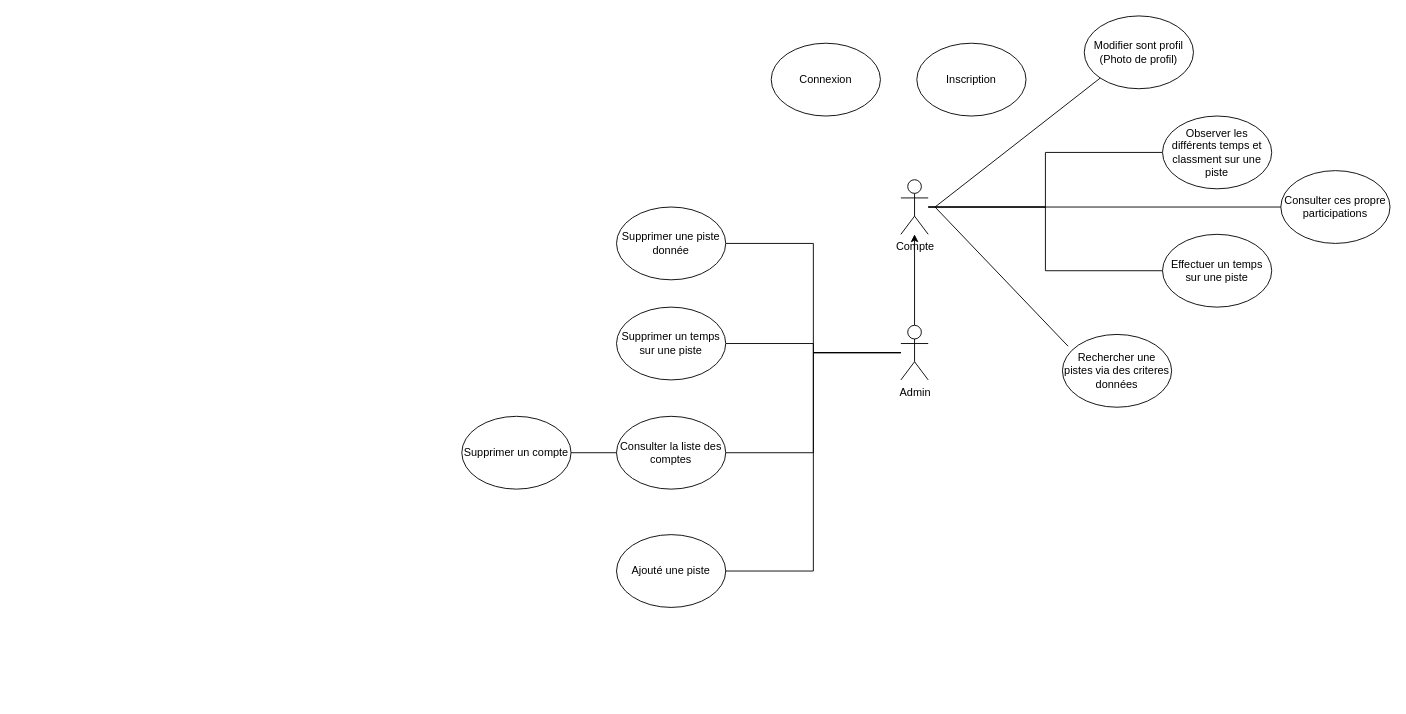
Before: US.drawio in RomainCabaret/SkiRaceManager, a draw.io diagram. Source tidied: cells renumbered, new cells numbered last; positions are measured from the earlier drawing's top-left corner, leaving out a move shared by most shapes. Both pictures are drawn from the tidied source at 91%, with x=0, y=0 at pixel (461, 15).
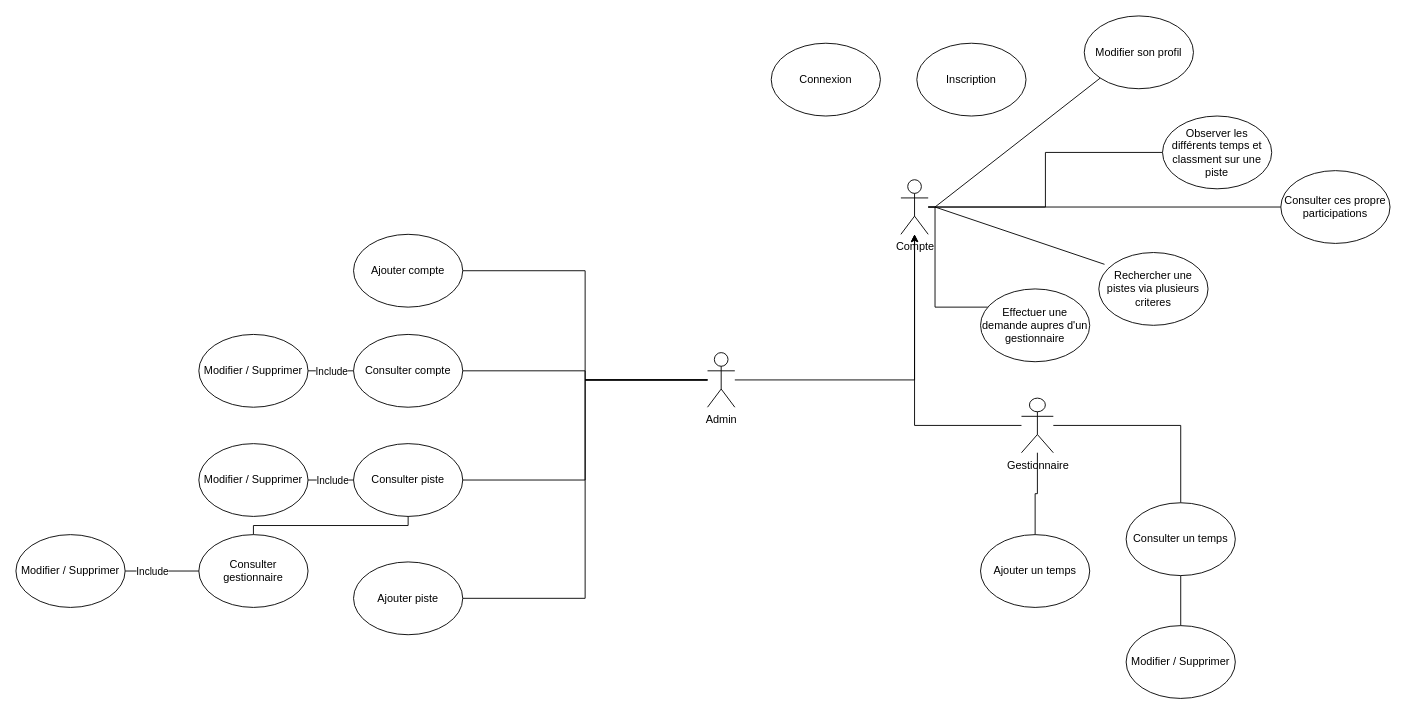
The same diagram, later.

The change refers to these unchanged cells:
```xml
<mxCell id="5" value="Compte" style="shape=umlActor;verticalLabelPosition=bottom;verticalAlign=top;html=1;outlineConnect=0;" parent="1" vertex="1">
  <mxGeometry x="482.5" y="180" width="30" height="60" as="geometry" />
</mxCell>
<mxCell id="25" style="edgeStyle=orthogonalEdgeStyle;rounded=0;jettySize=auto;html=1;endArrow=none;endFill=0;" parent="1" edge="1" source="26" target="24">
  <mxGeometry relative="1" as="geometry" />
</mxCell>
```

The edit, as a diff of the source:
```diff
@@
-    <mxCell id="2" style="edgeStyle=orthogonalEdgeStyle;rounded=0;jettySize=auto;html=1;entryX=0;entryY=0.5;entryDx=0;entryDy=0;endArrow=none;endFill=0;" parent="1" edge="1" source="5" target="14">
-      <mxGeometry relative="1" as="geometry" />
-    </mxCell>
@@
+    <mxCell id="27" style="edgeStyle=orthogonalEdgeStyle;rounded=0;jettySize=auto;html=1;endArrow=none;endFill=0;" parent="1" edge="1" source="5" target="45">
+      <mxGeometry relative="1" as="geometry">
+        <Array as="points">
+          <mxPoint x="520" y="210" />
+          <mxPoint x="520" y="320" />
+        </Array>
+      </mxGeometry>
+    </mxCell>
@@
     <mxCell id="13" value="Admin" style="shape=umlActor;verticalLabelPosition=bottom;verticalAlign=top;html=1;outlineConnect=0;" parent="1" vertex="1">
-      <mxGeometry x="482.5" y="340" width="30" height="60" as="geometry" />
+      <mxGeometry x="270" y="370" width="30" height="60" as="geometry" />
     </mxCell>
-    <mxCell id="14" value="Effectuer un temps sur une piste" style="ellipse;whiteSpace=wrap;html=1;" parent="1" vertex="1">
-      <mxGeometry x="770" y="240" width="120" height="80" as="geometry" />
-    </mxCell>
@@
-    <mxCell id="17" value="Rechercher une pistes via des criteres données" style="ellipse;whiteSpace=wrap;html=1;" parent="1" vertex="1">
-      <mxGeometry x="660" y="350" width="120" height="80" as="geometry" />
+    <mxCell id="17" value="Rechercher une pistes via plusieurs criteres" style="ellipse;whiteSpace=wrap;html=1;" parent="1" vertex="1">
+      <mxGeometry x="700" y="260" width="120" height="80" as="geometry" />
     </mxCell>
@@
-    <mxCell id="19" value="Supprimer une piste donnée" style="ellipse;whiteSpace=wrap;html=1;" parent="1" vertex="1">
-      <mxGeometry x="170" y="210" width="120" height="80" as="geometry" />
+    <mxCell id="19" value="Ajouter compte" style="ellipse;whiteSpace=wrap;html=1;" parent="1" vertex="1">
+      <mxGeometry x="-119" y="240" width="120" height="80" as="geometry" />
     </mxCell>
-    <mxCell id="20" value="Ajouté une piste" style="ellipse;whiteSpace=wrap;html=1;" parent="1" vertex="1">
-      <mxGeometry x="170" y="570" width="120" height="80" as="geometry" />
+    <mxCell id="20" value="Ajouter piste" style="ellipse;whiteSpace=wrap;html=1;" parent="1" vertex="1">
+      <mxGeometry x="-119" y="600" width="120" height="80" as="geometry" />
     </mxCell>
+    <mxCell id="28" style="edgeStyle=orthogonalEdgeStyle;rounded=0;jettySize=auto;html=1;entryX=1;entryY=0.5;entryDx=0;entryDy=0;endArrow=none;endFill=0;" parent="1" edge="1" source="21" target="34">
+      <mxGeometry relative="1" as="geometry" />
+    </mxCell>
+    <mxCell id="29" value="Include" style="edgeLabel;html=1;align=center;verticalAlign=middle;" parent="28" vertex="1">
+      <mxGeometry x="-0.24" y="1" relative="1" as="geometry">
+        <mxPoint x="-6" y="-1" as="offset" />
+      </mxGeometry>
+    </mxCell>
-    <mxCell id="21" value="Supprimer un temps sur une piste" style="ellipse;whiteSpace=wrap;html=1;" parent="1" vertex="1">
-      <mxGeometry x="170" y="320" width="120" height="80" as="geometry" />
+    <mxCell id="21" value="Consulter compte" style="ellipse;whiteSpace=wrap;html=1;" parent="1" vertex="1">
+      <mxGeometry x="-119" y="350" width="120" height="80" as="geometry" />
     </mxCell>
-    <mxCell id="22" value="Modifier sont profil&lt;br&gt;(Photo de profil)" style="ellipse;whiteSpace=wrap;html=1;" parent="1" vertex="1">
+    <mxCell id="22" value="Modifier son profil" style="ellipse;whiteSpace=wrap;html=1;" parent="1" vertex="1">
       <mxGeometry x="684" width="120" height="80" as="geometry" />
     </mxCell>
@@
-    <mxCell id="24" value="Supprimer un compte" style="ellipse;whiteSpace=wrap;html=1;" parent="1" vertex="1">
-      <mxGeometry y="440" width="120" height="80" as="geometry" />
+    <mxCell id="24" value="Modifier / Supprimer" style="ellipse;whiteSpace=wrap;html=1;" parent="1" vertex="1">
+      <mxGeometry x="-289" y="470" width="120" height="80" as="geometry" />
     </mxCell>
@@
+    <mxCell id="30" value="Include" style="edgeLabel;html=1;align=center;verticalAlign=middle;" parent="25" vertex="1">
+      <mxGeometry x="0.17" y="-1" relative="1" as="geometry">
+        <mxPoint x="5" y="1" as="offset" />
+      </mxGeometry>
+    </mxCell>
-    <mxCell id="26" value="Consulter la liste des comptes" style="ellipse;whiteSpace=wrap;html=1;" parent="1" vertex="1">
-      <mxGeometry x="170" y="440" width="120" height="80" as="geometry" />
+    <mxCell id="26" value="Consulter piste" style="ellipse;whiteSpace=wrap;html=1;" parent="1" vertex="1">
+      <mxGeometry x="-119" y="470" width="120" height="80" as="geometry" />
     </mxCell>
+    <mxCell id="31" style="edgeStyle=orthogonalEdgeStyle;rounded=0;jettySize=auto;html=1;entryX=0.5;entryY=0;entryDx=0;entryDy=0;endArrow=none;endFill=0;" parent="1" edge="1" source="32" target="41">
+      <mxGeometry relative="1" as="geometry" />
+    </mxCell>
+    <mxCell id="32" value="Gestionnaire&lt;br&gt;" style="shape=umlActor;verticalLabelPosition=bottom;verticalAlign=top;html=1;outlineConnect=0;" parent="1" vertex="1">
+      <mxGeometry x="615" y="420" width="35" height="60" as="geometry" />
+    </mxCell>
+    <mxCell id="33" style="edgeStyle=orthogonalEdgeStyle;rounded=0;jettySize=auto;html=1;" parent="1" edge="1" source="32" target="5">
+      <mxGeometry relative="1" as="geometry" />
+    </mxCell>
+    <mxCell id="34" value="Modifier / Supprimer" style="ellipse;whiteSpace=wrap;html=1;" parent="1" vertex="1">
+      <mxGeometry x="-289" y="350" width="120" height="80" as="geometry" />
+    </mxCell>
+    <mxCell id="35" style="edgeStyle=orthogonalEdgeStyle;rounded=0;jettySize=auto;html=1;endArrow=none;endFill=0;" parent="1" edge="1" source="36" target="26">
+      <mxGeometry relative="1" as="geometry">
+        <Array as="points">
+          <mxPoint x="-229" y="560" />
+          <mxPoint x="-59" y="560" />
+        </Array>
+      </mxGeometry>
+    </mxCell>
+    <mxCell id="36" value="Consulter gestionnaire" style="ellipse;whiteSpace=wrap;html=1;" parent="1" vertex="1">
+      <mxGeometry x="-289" y="570" width="120" height="80" as="geometry" />
+    </mxCell>
+    <mxCell id="37" style="edgeStyle=orthogonalEdgeStyle;rounded=0;jettySize=auto;html=1;entryX=0;entryY=0.5;entryDx=0;entryDy=0;endArrow=none;endFill=0;" parent="1" edge="1" source="39" target="36">
+      <mxGeometry relative="1" as="geometry" />
+    </mxCell>
+    <mxCell id="38" value="Include" style="edgeLabel;html=1;align=center;verticalAlign=middle;" parent="37" vertex="1">
+      <mxGeometry x="-0.42" y="-2" relative="1" as="geometry">
+        <mxPoint x="6" y="-2" as="offset" />
+      </mxGeometry>
+    </mxCell>
+    <mxCell id="39" value="Modifier / Supprimer" style="ellipse;whiteSpace=wrap;html=1;" parent="1" vertex="1">
+      <mxGeometry x="-490" y="570" width="120" height="80" as="geometry" />
+    </mxCell>
+    <mxCell id="40" style="edgeStyle=orthogonalEdgeStyle;rounded=0;jettySize=auto;html=1;endArrow=none;endFill=0;" parent="1" edge="1" source="41" target="44">
+      <mxGeometry relative="1" as="geometry" />
+    </mxCell>
+    <mxCell id="41" value="Consulter un temps" style="ellipse;whiteSpace=wrap;html=1;" parent="1" vertex="1">
+      <mxGeometry x="730" y="535" width="120" height="80" as="geometry" />
+    </mxCell>
+    <mxCell id="42" style="edgeStyle=orthogonalEdgeStyle;rounded=0;jettySize=auto;html=1;endArrow=none;endFill=0;" parent="1" edge="1" source="43" target="32">
+      <mxGeometry relative="1" as="geometry" />
+    </mxCell>
+    <mxCell id="43" value="Ajouter un temps" style="ellipse;whiteSpace=wrap;html=1;" parent="1" vertex="1">
+      <mxGeometry x="570" y="570" width="120" height="80" as="geometry" />
+    </mxCell>
+    <mxCell id="44" value="Modifier / Supprimer" style="ellipse;whiteSpace=wrap;html=1;" parent="1" vertex="1">
+      <mxGeometry x="730" y="670" width="120" height="80" as="geometry" />
+    </mxCell>
+    <mxCell id="45" value="Effectuer une demande aupres d'un gestionnaire" style="ellipse;whiteSpace=wrap;html=1;" parent="1" vertex="1">
+      <mxGeometry x="570" y="300" width="120" height="80" as="geometry" />
+    </mxCell>
```
